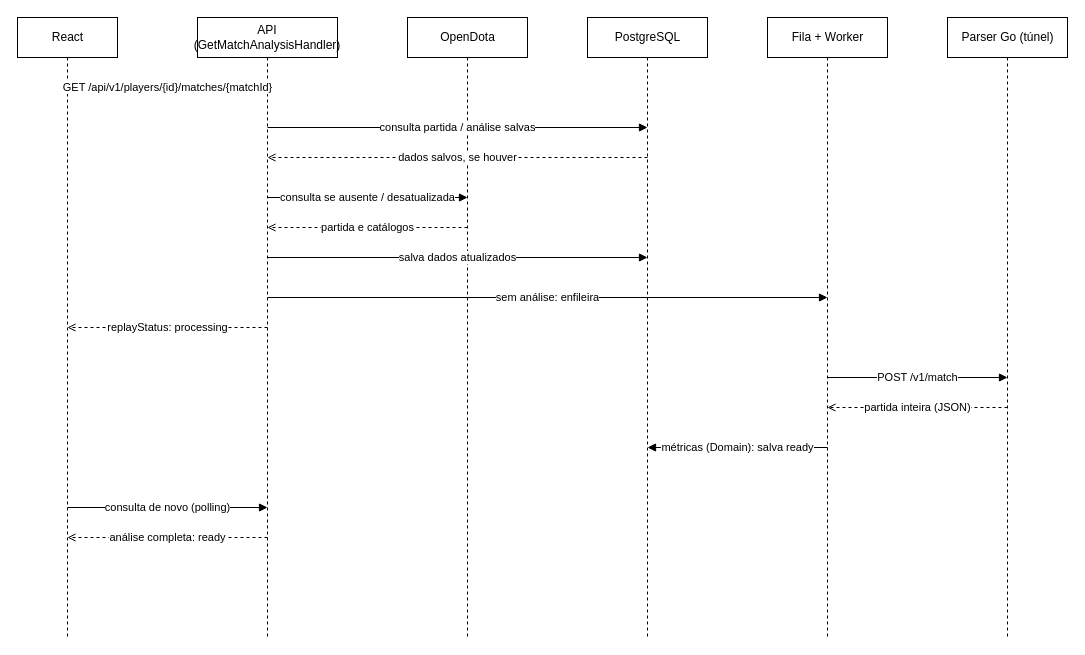
Above: page "3. Fluxo da análise" (3 of 6) of docs/diagrams/dotaanalyst.drawio in andreomorg/dota_analyst (draw.io), before the change. Source tidied: cells renumbered, new cells numbered last; positions are measured from the earlier drawing's top-left corner, leaving out a move shared by most shapes. Both pictures are drawn from the tidied source at 100%, with x=0, y=0 at pixel (17, 17).
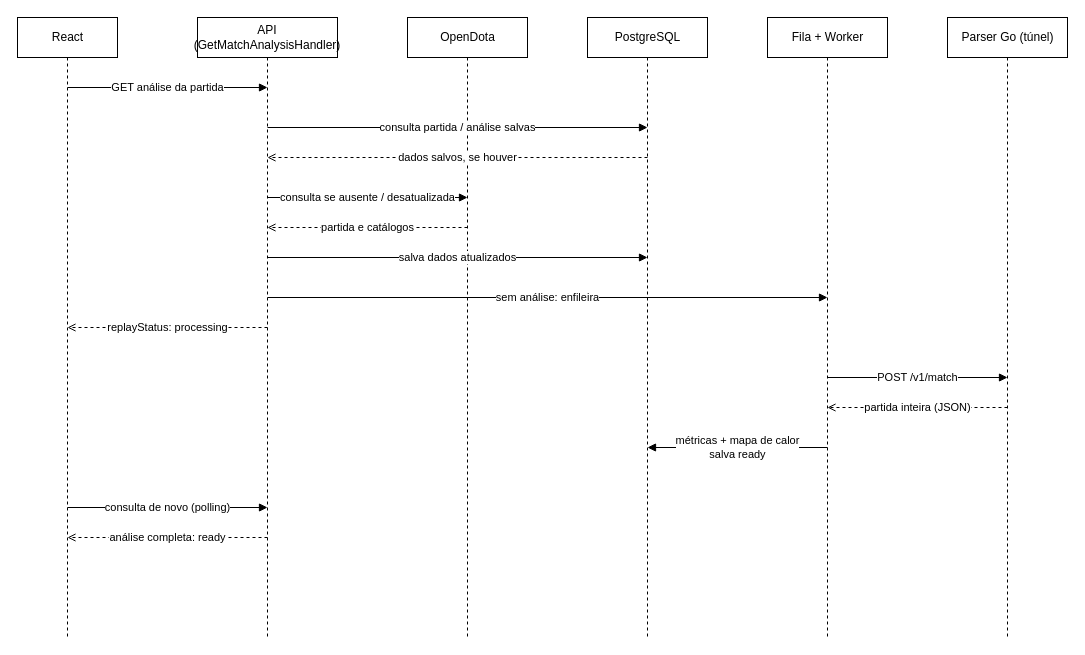
The same diagram, later.

Diff of the diagram source:
```diff
@@
-    <mxCell id="8" value="GET /api/v1/players/{id}/matches/{matchId}" style="html=1;endArrow=block;endSize=6;" parent="1" edge="1">
+    <mxCell id="8" value="GET análise da partida" style="html=1;endArrow=block;endSize=6;" parent="1" edge="1">
       <mxGeometry relative="1" as="geometry">
         <mxPoint x="50" y="70" as="sourcePoint" />
         <mxPoint x="250" y="70" as="targetPoint" />
       </mxGeometry>
     </mxCell>
@@
-    <mxCell id="18" value="métricas (Domain): salva ready" style="html=1;endArrow=block;endSize=6;" parent="1" edge="1">
+    <mxCell id="18" value="métricas + mapa de calor&lt;br&gt;salva ready" style="html=1;endArrow=block;endSize=6;" parent="1" edge="1">
       <mxGeometry relative="1" as="geometry">
         <mxPoint x="810" y="430" as="sourcePoint" />
         <mxPoint x="630" y="430" as="targetPoint" />
       </mxGeometry>
     </mxCell>
```
